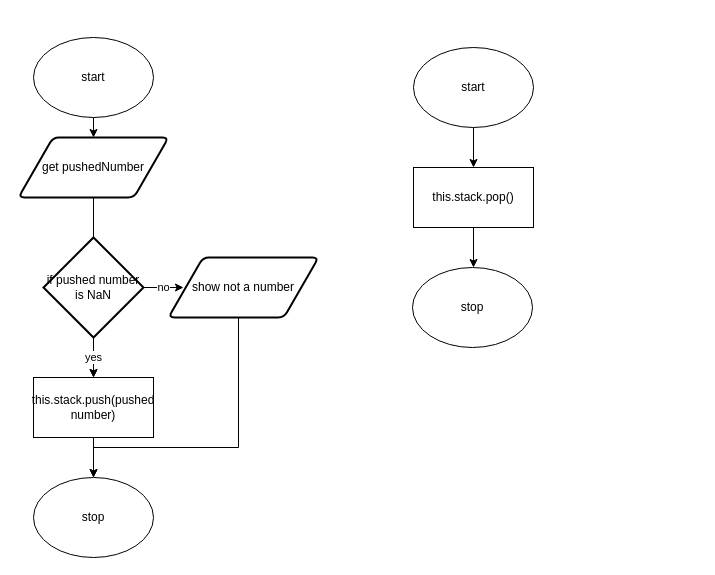
Earlier version of the draw.io diagram flow.drawio (devin-jhu/ics4u-unit2-03-typescript). Source tidied: cells renumbered, new cells numbered last; positions are measured from the earlier drawing's top-left corner, leaving out a move shared by most shapes. Both pictures are drawn from the tidied source at 100%, with x=0, y=0 at pixel (18, 37).
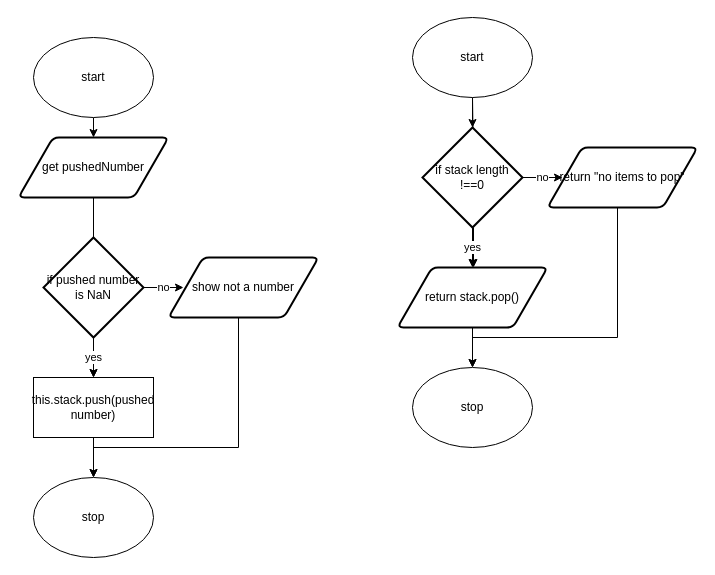
The same page after the edit.

What changed in the source:
```diff
@@
+    <mxCell id="20" style="edgeStyle=none;html=1;exitX=0.5;exitY=1;exitDx=0;exitDy=0;entryX=0.5;entryY=0;entryDx=0;entryDy=0;entryPerimeter=0;" parent="1" edge="1" source="10" target="24">
+      <mxGeometry relative="1" as="geometry" />
+    </mxCell>
     <mxCell id="10" value="start" style="ellipse;whiteSpace=wrap;html=1;" parent="1" vertex="1">
-      <mxGeometry x="395" y="10" width="120" height="80" as="geometry" />
+      <mxGeometry x="394" y="-20" width="120" height="80" as="geometry" />
     </mxCell>
     <mxCell id="11" value="stop" style="ellipse;whiteSpace=wrap;html=1;" parent="1" vertex="1">
-      <mxGeometry x="394" y="230" width="120" height="80" as="geometry" />
+      <mxGeometry x="394" y="330" width="120" height="80" as="geometry" />
     </mxCell>
-    <mxCell id="12" style="edgeStyle=none;html=1;exitX=0.5;exitY=1;exitDx=0;exitDy=0;" parent="1" edge="1" target="14">
+    <mxCell id="12" style="edgeStyle=none;html=1;exitX=0.5;exitY=1;exitDx=0;exitDy=0;" parent="1" edge="1">
       <mxGeometry relative="1" as="geometry">
         <mxPoint x="455" y="190" as="sourcePoint" />
+        <mxPoint x="455" y="190" as="targetPoint" />
       </mxGeometry>
     </mxCell>
-    <mxCell id="13" style="edgeStyle=none;html=1;exitX=0.5;exitY=1;exitDx=0;exitDy=0;" parent="1" edge="1" source="14">
+    <mxCell id="13" style="edgeStyle=none;html=1;exitX=0.5;exitY=1;exitDx=0;exitDy=0;" parent="1" edge="1">
       <mxGeometry relative="1" as="geometry">
+        <mxPoint x="455" y="190" as="sourcePoint" />
         <mxPoint x="455" y="230" as="targetPoint" />
       </mxGeometry>
     </mxCell>
-    <mxCell id="14" value="this.stack.pop()" style="rounded=0;whiteSpace=wrap;html=1;" parent="1" vertex="1">
-      <mxGeometry x="395" y="130" width="120" height="60" as="geometry" />
-    </mxCell>
@@
+    <mxCell id="21" style="edgeStyle=none;html=1;exitX=0.5;exitY=1;exitDx=0;exitDy=0;" parent="1" edge="1">
+      <mxGeometry relative="1" as="geometry">
+        <mxPoint x="454" y="290" as="sourcePoint" />
+        <mxPoint x="454" y="330" as="targetPoint" />
+      </mxGeometry>
+    </mxCell>
+    <mxCell id="22" value="yes" style="edgeStyle=none;html=1;exitX=0.5;exitY=1;exitDx=0;exitDy=0;exitPerimeter=0;" parent="1" edge="1" source="24">
+      <mxGeometry relative="1" as="geometry">
+        <mxPoint x="454" y="230" as="targetPoint" />
+      </mxGeometry>
+    </mxCell>
+    <mxCell id="23" value="no" style="edgeStyle=none;html=1;exitX=1;exitY=0.5;exitDx=0;exitDy=0;exitPerimeter=0;" parent="1" edge="1" source="24">
+      <mxGeometry relative="1" as="geometry">
+        <mxPoint x="544" y="140" as="targetPoint" />
+      </mxGeometry>
+    </mxCell>
+    <mxCell id="24" value="if stack length !==0" style="strokeWidth=2;html=1;shape=mxgraph.flowchart.decision;whiteSpace=wrap;" parent="1" vertex="1">
+      <mxGeometry x="404" y="90" width="100" height="100" as="geometry" />
+    </mxCell>
+    <mxCell id="25" style="edgeStyle=orthogonalEdgeStyle;shape=connector;rounded=0;html=1;exitX=0.5;exitY=1;exitDx=0;exitDy=0;entryX=0.5;entryY=0;entryDx=0;entryDy=0;labelBackgroundColor=default;fontFamily=Helvetica;fontSize=11;fontColor=default;endArrow=classic;strokeColor=default;" parent="1" edge="1">
+      <mxGeometry relative="1" as="geometry">
+        <mxPoint x="609" y="170" as="sourcePoint" />
+        <mxPoint x="454" y="330" as="targetPoint" />
+        <Array as="points">
+          <mxPoint x="599" y="300" />
+          <mxPoint x="454" y="300" />
+        </Array>
+      </mxGeometry>
+    </mxCell>
+    <mxCell id="26" value="return &quot;no items to pop&quot;" style="shape=parallelogram;html=1;strokeWidth=2;perimeter=parallelogramPerimeter;whiteSpace=wrap;rounded=1;arcSize=12;size=0.23;" parent="1" vertex="1">
+      <mxGeometry x="529" y="110" width="150" height="60" as="geometry" />
+    </mxCell>
+    <mxCell id="27" value="return stack.pop()" style="shape=parallelogram;html=1;strokeWidth=2;perimeter=parallelogramPerimeter;whiteSpace=wrap;rounded=1;arcSize=12;size=0.23;" parent="1" vertex="1">
+      <mxGeometry x="379" y="230" width="150" height="60" as="geometry" />
+    </mxCell>
```
